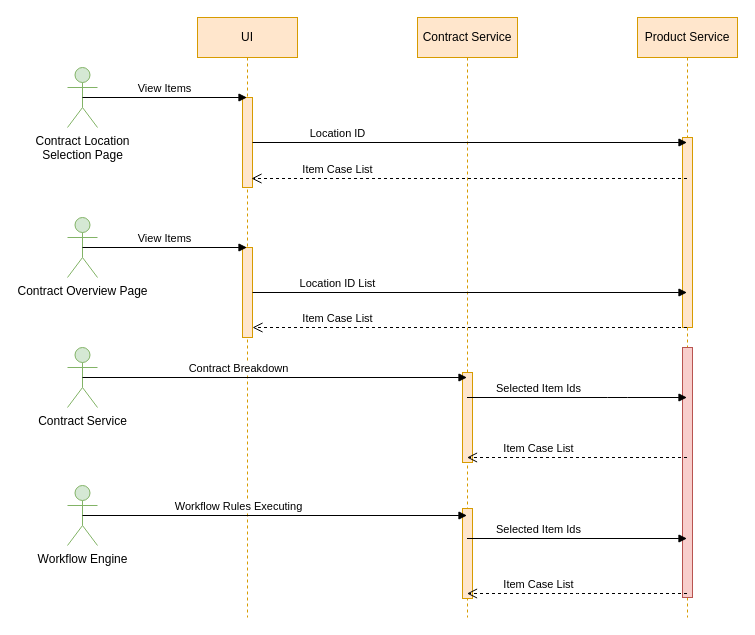
dajin-kingland/UMLdiagrams keeps this draw.io diagram as item&location search api sequence diagram.drawio. Above is the earlier version. Source tidied: cells renumbered, new cells numbered last; positions are measured from the earlier drawing's top-left corner, leaving out a move shared by most shapes. Both pictures are drawn from the tidied source at 100%, with x=0, y=0 at pixel (67, 17).
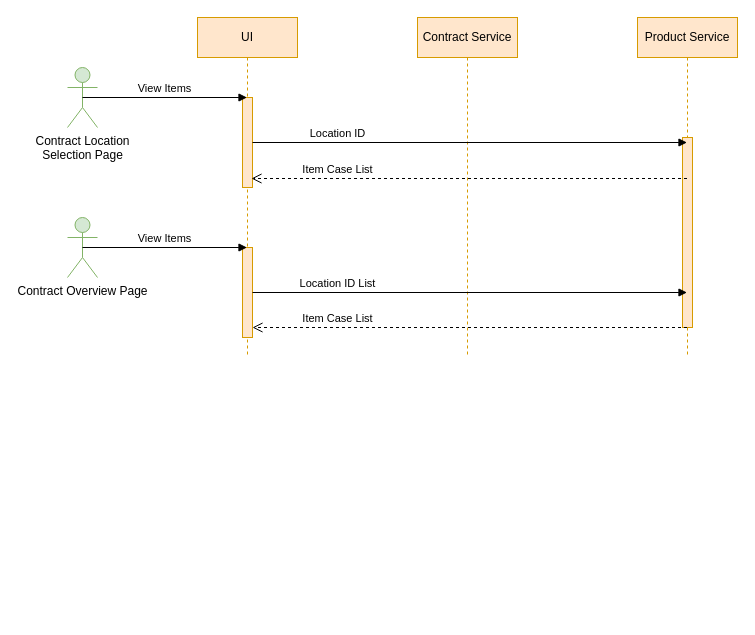
The same page after the edit.

Change to the diagram source:
```diff
@@
     <mxCell id="2" value="Contract Service" style="shape=umlLifeline;perimeter=lifelinePerimeter;whiteSpace=wrap;html=1;fillColor=#ffe6cc;strokeColor=#d79b00;" parent="1" vertex="1">
-      <mxGeometry x="350" width="100" height="600" as="geometry" />
+      <mxGeometry x="350" width="100" height="340" as="geometry" />
     </mxCell>
     <mxCell id="3" value="UI" style="shape=umlLifeline;perimeter=lifelinePerimeter;whiteSpace=wrap;html=1;fillColor=#ffe6cc;strokeColor=#d79b00;" parent="1" vertex="1">
-      <mxGeometry x="130" width="100" height="600" as="geometry" />
+      <mxGeometry x="130" width="100" height="340" as="geometry" />
     </mxCell>
@@
     <mxCell id="5" value="Product Service" style="shape=umlLifeline;perimeter=lifelinePerimeter;whiteSpace=wrap;html=1;fillColor=#ffe6cc;strokeColor=#d79b00;" parent="1" vertex="1">
-      <mxGeometry x="570" width="100" height="600" as="geometry" />
+      <mxGeometry x="570" width="100" height="340" as="geometry" />
     </mxCell>
@@
-    <mxCell id="16" style="html=1;perimeter=orthogonalPerimeter;fillColor=#f8cecc;strokeColor=#b85450;" parent="1" vertex="1">
-      <mxGeometry x="615" y="330" width="10" height="250" as="geometry" />
-    </mxCell>
-    <mxCell id="17" value="Contract Service" style="shape=umlActor;verticalLabelPosition=bottom;verticalAlign=top;html=1;fillColor=#d5e8d4;strokeColor=#82b366;" parent="1" vertex="1">
-      <mxGeometry y="330" width="30" height="60" as="geometry" />
-    </mxCell>
-    <mxCell id="18" style="html=1;perimeter=orthogonalPerimeter;fillColor=#ffe6cc;strokeColor=#d79b00;" parent="1" vertex="1">
-      <mxGeometry x="395" y="355" width="10" height="90" as="geometry" />
-    </mxCell>
-    <mxCell id="19" value="Contract Breakdown" style="html=1;verticalAlign=bottom;endArrow=block;exitX=0.5;exitY=0.5;exitDx=0;exitDy=0;exitPerimeter=0;" parent="1" edge="1" source="17">
-      <mxGeometry x="-0.19" relative="1" as="geometry">
-        <mxPoint x="399.5" y="360" as="targetPoint" />
-      </mxGeometry>
-    </mxCell>
-    <mxCell id="20" value="Selected Item Ids" style="html=1;verticalAlign=bottom;endArrow=block;" parent="1" edge="1">
-      <mxGeometry x="-0.36" relative="1" as="geometry">
-        <mxPoint x="399.5" y="380" as="sourcePoint" />
-        <mxPoint x="619.5" y="380" as="targetPoint" />
-        <Array as="points">
-          <mxPoint x="550" y="380" />
-        </Array>
-        <mxPoint x="1" as="offset" />
-      </mxGeometry>
-    </mxCell>
-    <mxCell id="21" value="Item Case List" style="html=1;verticalAlign=bottom;endArrow=open;dashed=1;endSize=8;" parent="1" edge="1">
-      <mxGeometry x="0.36" relative="1" as="geometry">
-        <mxPoint x="619.5" y="440" as="sourcePoint" />
-        <mxPoint x="399.5" y="440" as="targetPoint" />
-        <Array as="points">
-          <mxPoint x="480" y="440" />
-        </Array>
-        <mxPoint x="1" as="offset" />
-      </mxGeometry>
-    </mxCell>
-    <mxCell id="22" style="html=1;perimeter=orthogonalPerimeter;fillColor=#ffe6cc;strokeColor=#d79b00;" parent="1" vertex="1">
-      <mxGeometry x="395" y="491" width="10" height="90" as="geometry" />
-    </mxCell>
-    <mxCell id="23" value="Workflow Engine" style="shape=umlActor;verticalLabelPosition=bottom;verticalAlign=top;html=1;fillColor=#d5e8d4;strokeColor=#82b366;" parent="1" vertex="1">
-      <mxGeometry y="468" width="30" height="60" as="geometry" />
-    </mxCell>
-    <mxCell id="24" value="Workflow Rules Executing" style="html=1;verticalAlign=bottom;endArrow=block;exitX=0.5;exitY=0.5;exitDx=0;exitDy=0;exitPerimeter=0;" parent="1" edge="1" source="23">
-      <mxGeometry x="-0.19" relative="1" as="geometry">
-        <mxPoint x="399.5" y="498" as="targetPoint" />
-      </mxGeometry>
-    </mxCell>
-    <mxCell id="25" value="Selected Item Ids" style="html=1;verticalAlign=bottom;endArrow=block;" parent="1" edge="1">
-      <mxGeometry x="-0.36" relative="1" as="geometry">
-        <mxPoint x="399.5" y="521" as="sourcePoint" />
-        <mxPoint x="619.5" y="521" as="targetPoint" />
-        <Array as="points">
-          <mxPoint x="545.5" y="521" />
-        </Array>
-        <mxPoint x="1" as="offset" />
-      </mxGeometry>
-    </mxCell>
-    <mxCell id="26" value="Item Case List" style="html=1;verticalAlign=bottom;endArrow=open;dashed=1;endSize=8;" parent="1" edge="1">
-      <mxGeometry x="0.36" relative="1" as="geometry">
-        <mxPoint x="619.5" y="576" as="sourcePoint" />
-        <mxPoint x="399.5" y="576" as="targetPoint" />
-        <Array as="points">
-          <mxPoint x="520" y="576" />
-          <mxPoint x="461" y="576" />
-        </Array>
-        <mxPoint x="1" as="offset" />
-      </mxGeometry>
-    </mxCell>
```
